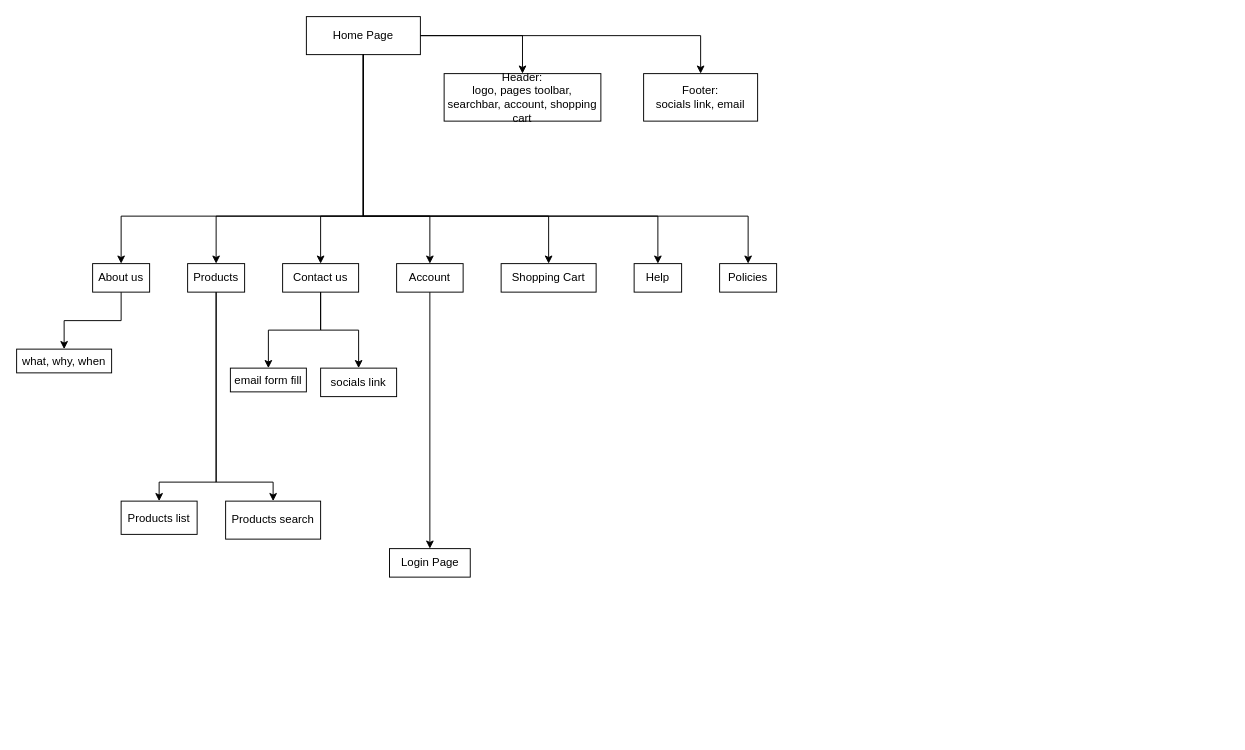
Earlier version of the draw.io diagram siteLayout.drawio (deviantfred/DeviantSolutions). Source tidied: cells renumbered, new cells numbered last; positions are measured from the earlier drawing's top-left corner, leaving out a move shared by most shapes. Both pictures are drawn from the tidied source at 95%, with x=0, y=0 at pixel (16, 16).
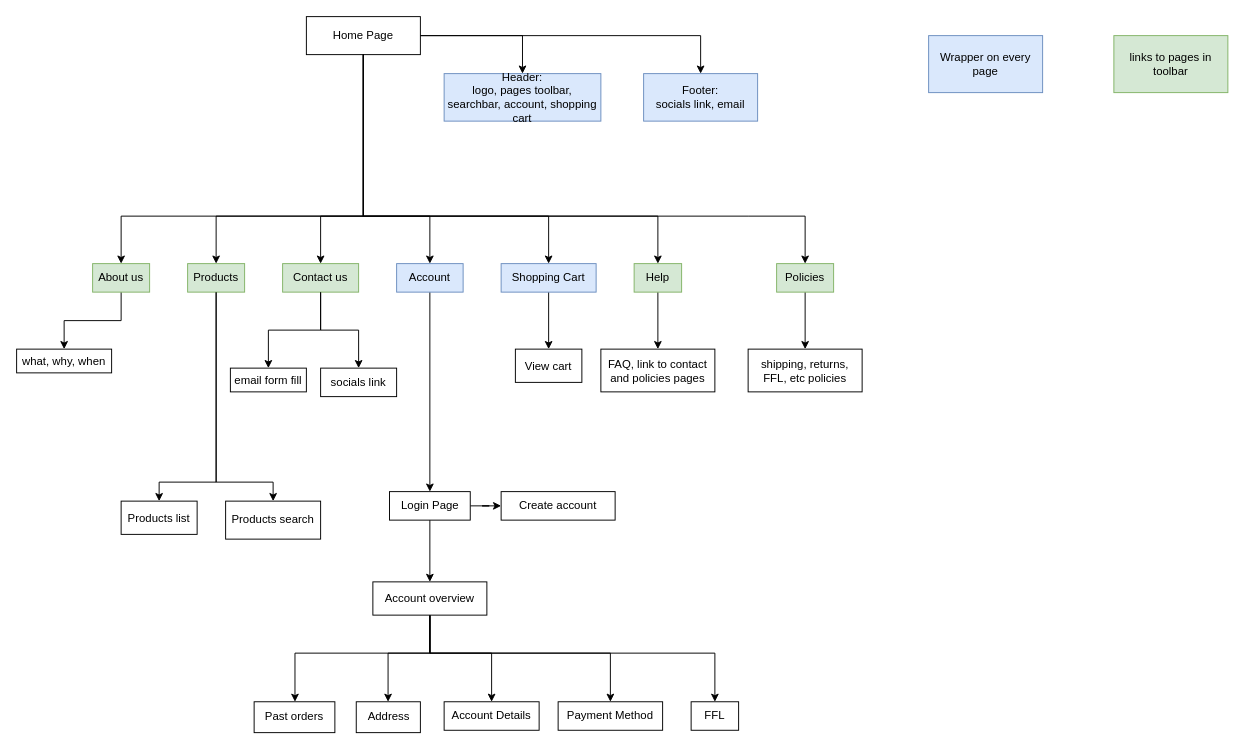
The same page after the edit.

Unchanged cells that the change refers to:
```xml
<mxCell id="4" value="Home Page" style="rounded=0;whiteSpace=wrap;html=1;" parent="1" vertex="1">
  <mxGeometry x="305" width="120" height="40" as="geometry" />
</mxCell>
```

What changed in the source:
```diff
@@
-    <mxCell id="6" value="About us" style="rounded=0;whiteSpace=wrap;html=1;" parent="1" vertex="1">
+    <mxCell id="6" value="About us" style="rounded=0;whiteSpace=wrap;html=1;fillColor=#d5e8d4;strokeColor=#82b366;" parent="1" vertex="1">
       <mxGeometry x="80" y="260" width="60" height="30" as="geometry" />
     </mxCell>
@@
-    <mxCell id="9" value="Products" style="rounded=0;whiteSpace=wrap;html=1;" parent="1" vertex="1">
+    <mxCell id="9" value="Products" style="rounded=0;whiteSpace=wrap;html=1;fillColor=#d5e8d4;strokeColor=#82b366;" parent="1" vertex="1">
       <mxGeometry x="180" y="260" width="60" height="30" as="geometry" />
     </mxCell>
@@
-    <mxCell id="12" value="Contact us" style="rounded=0;whiteSpace=wrap;html=1;" parent="1" vertex="1">
+    <mxCell id="12" value="Contact us" style="rounded=0;whiteSpace=wrap;html=1;fillColor=#d5e8d4;strokeColor=#82b366;" parent="1" vertex="1">
       <mxGeometry x="280" y="260" width="80" height="30" as="geometry" />
     </mxCell>
@@
-    <mxCell id="15" value="Account" style="rounded=0;whiteSpace=wrap;html=1;" parent="1" vertex="1">
+    <mxCell id="15" value="Account" style="rounded=0;whiteSpace=wrap;html=1;fillColor=#dae8fc;strokeColor=#6c8ebf;" parent="1" vertex="1">
       <mxGeometry x="400" y="260" width="70" height="30" as="geometry" />
     </mxCell>
@@
+    <mxCell id="33" style="edgeStyle=orthogonalEdgeStyle;rounded=0;jettySize=auto;html=1;" parent="1" edge="1" source="17" target="49">
+      <mxGeometry relative="1" as="geometry" />
+    </mxCell>
-    <mxCell id="17" value="Shopping Cart" style="rounded=0;whiteSpace=wrap;html=1;" parent="1" vertex="1">
+    <mxCell id="17" value="Shopping Cart" style="rounded=0;whiteSpace=wrap;html=1;fillColor=#dae8fc;strokeColor=#6c8ebf;" parent="1" vertex="1">
       <mxGeometry x="510" y="260" width="100" height="30" as="geometry" />
     </mxCell>
@@
+    <mxCell id="34" style="edgeStyle=orthogonalEdgeStyle;rounded=0;jettySize=auto;html=1;" parent="1" edge="1" source="19" target="50">
+      <mxGeometry relative="1" as="geometry" />
+    </mxCell>
-    <mxCell id="19" value="Help" style="rounded=0;whiteSpace=wrap;html=1;" parent="1" vertex="1">
+    <mxCell id="19" value="Help" style="rounded=0;whiteSpace=wrap;html=1;fillColor=#d5e8d4;strokeColor=#82b366;" parent="1" vertex="1">
       <mxGeometry x="650" y="260" width="50" height="30" as="geometry" />
     </mxCell>
     <mxCell id="20" style="endArrow=classic;html=1;rounded=0;exitX=0.5;exitY=1;exitDx=0;exitDy=0;" parent="1" edge="1" source="4" target="21">
       <mxGeometry relative="1" as="geometry">
         <Array as="points">
           <mxPoint x="365" y="210" />
           <mxPoint x="770" y="210" />
+          <mxPoint x="830" y="210" />
         </Array>
       </mxGeometry>
     </mxCell>
+    <mxCell id="35" style="edgeStyle=orthogonalEdgeStyle;rounded=0;jettySize=auto;html=1;" parent="1" edge="1" source="21" target="51">
+      <mxGeometry relative="1" as="geometry" />
+    </mxCell>
-    <mxCell id="21" value="Policies" style="rounded=0;whiteSpace=wrap;html=1;" parent="1" vertex="1">
-      <mxGeometry x="740" y="260" width="60" height="30" as="geometry" />
+    <mxCell id="21" value="Policies" style="rounded=0;whiteSpace=wrap;html=1;fillColor=#d5e8d4;strokeColor=#82b366;" parent="1" vertex="1">
+      <mxGeometry x="800" y="260" width="60" height="30" as="geometry" />
     </mxCell>
-    <mxCell id="22" value="&lt;div&gt;Header:&lt;/div&gt;&lt;div&gt;logo, pages toolbar, searchbar, account, shopping cart&lt;br&gt;&lt;/div&gt;" style="rounded=0;whiteSpace=wrap;html=1;" parent="1" vertex="1">
+    <mxCell id="22" value="&lt;div&gt;Header:&lt;/div&gt;&lt;div&gt;logo, pages toolbar, searchbar, account, shopping cart&lt;br&gt;&lt;/div&gt;" style="rounded=0;whiteSpace=wrap;html=1;fillColor=#dae8fc;strokeColor=#6c8ebf;" parent="1" vertex="1">
       <mxGeometry x="450" y="60" width="165" height="50" as="geometry" />
     </mxCell>
-    <mxCell id="23" value="&lt;div&gt;Footer:&lt;/div&gt;&lt;div&gt;socials link, email&lt;br&gt;&lt;/div&gt;" style="rounded=0;whiteSpace=wrap;html=1;" parent="1" vertex="1">
+    <mxCell id="23" value="&lt;div&gt;Footer:&lt;/div&gt;&lt;div&gt;socials link, email&lt;br&gt;&lt;/div&gt;" style="rounded=0;whiteSpace=wrap;html=1;fillColor=#dae8fc;strokeColor=#6c8ebf;" parent="1" vertex="1">
       <mxGeometry x="660" y="60" width="120" height="50" as="geometry" />
     </mxCell>
@@
+    <mxCell id="36" style="edgeStyle=orthogonalEdgeStyle;rounded=0;jettySize=auto;html=1;" parent="1" edge="1" source="32" target="43">
+      <mxGeometry relative="1" as="geometry" />
+    </mxCell>
+    <mxCell id="37" style="edgeStyle=orthogonalEdgeStyle;rounded=0;jettySize=auto;html=1;" parent="1" edge="1" source="32" target="48">
+      <mxGeometry relative="1" as="geometry" />
+    </mxCell>
     <mxCell id="32" value="Login Page" style="rounded=0;whiteSpace=wrap;html=1;" parent="1" vertex="1">
-      <mxGeometry x="392.5" y="560" width="85" height="30" as="geometry" />
+      <mxGeometry x="392.5" y="500" width="85" height="30" as="geometry" />
     </mxCell>
+    <mxCell id="38" style="edgeStyle=orthogonalEdgeStyle;rounded=0;jettySize=auto;html=1;" parent="1" edge="1" source="43" target="44">
+      <mxGeometry relative="1" as="geometry">
+        <Array as="points">
+          <mxPoint x="435" y="670" />
+          <mxPoint x="293" y="670" />
+        </Array>
+      </mxGeometry>
+    </mxCell>
+    <mxCell id="39" style="edgeStyle=orthogonalEdgeStyle;rounded=0;jettySize=auto;html=1;" parent="1" edge="1" source="43" target="45">
+      <mxGeometry relative="1" as="geometry">
+        <Array as="points">
+          <mxPoint x="435" y="670" />
+          <mxPoint x="391" y="670" />
+        </Array>
+      </mxGeometry>
+    </mxCell>
+    <mxCell id="40" style="edgeStyle=orthogonalEdgeStyle;rounded=0;jettySize=auto;html=1;" parent="1" edge="1" source="43" target="46">
+      <mxGeometry relative="1" as="geometry">
+        <Array as="points">
+          <mxPoint x="435" y="670" />
+          <mxPoint x="500" y="670" />
+        </Array>
+      </mxGeometry>
+    </mxCell>
+    <mxCell id="41" style="edgeStyle=orthogonalEdgeStyle;rounded=0;jettySize=auto;html=1;" parent="1" edge="1" source="43" target="47">
+      <mxGeometry relative="1" as="geometry">
+        <Array as="points">
+          <mxPoint x="435" y="670" />
+          <mxPoint x="625" y="670" />
+        </Array>
+      </mxGeometry>
+    </mxCell>
+    <mxCell id="42" style="edgeStyle=orthogonalEdgeStyle;rounded=0;jettySize=auto;html=1;" parent="1" edge="1" source="43" target="52">
+      <mxGeometry relative="1" as="geometry">
+        <Array as="points">
+          <mxPoint x="435" y="670" />
+          <mxPoint x="735" y="670" />
+        </Array>
+      </mxGeometry>
+    </mxCell>
+    <mxCell id="43" value="Account overview" style="whiteSpace=wrap;html=1;rounded=0;" parent="1" vertex="1">
+      <mxGeometry x="375" y="595" width="120" height="35" as="geometry" />
+    </mxCell>
+    <mxCell id="44" value="Past orders" style="whiteSpace=wrap;html=1;rounded=0;" parent="1" vertex="1">
+      <mxGeometry x="250" y="721.2" width="85" height="32.5" as="geometry" />
+    </mxCell>
+    <mxCell id="45" value="Address" style="whiteSpace=wrap;html=1;rounded=0;" parent="1" vertex="1">
+      <mxGeometry x="357.5" y="721.2" width="67.5" height="32.5" as="geometry" />
+    </mxCell>
+    <mxCell id="46" value="&lt;div&gt;Account Details&lt;/div&gt;" style="rounded=0;whiteSpace=wrap;html=1;" parent="1" vertex="1">
+      <mxGeometry x="450" y="721.2" width="100" height="30" as="geometry" />
+    </mxCell>
+    <mxCell id="47" value="Payment Method" style="rounded=0;whiteSpace=wrap;html=1;" parent="1" vertex="1">
+      <mxGeometry x="570" y="721.2" width="110" height="30" as="geometry" />
+    </mxCell>
+    <mxCell id="48" value="Create account" style="rounded=0;whiteSpace=wrap;html=1;" parent="1" vertex="1">
+      <mxGeometry x="510" y="500" width="120" height="30" as="geometry" />
+    </mxCell>
+    <mxCell id="49" value="View cart" style="whiteSpace=wrap;html=1;rounded=0;" parent="1" vertex="1">
+      <mxGeometry x="525" y="350" width="70" height="35" as="geometry" />
+    </mxCell>
+    <mxCell id="50" value="FAQ, link to contact and policies pages" style="whiteSpace=wrap;html=1;rounded=0;" parent="1" vertex="1">
+      <mxGeometry x="615" y="350" width="120" height="45" as="geometry" />
+    </mxCell>
+    <mxCell id="51" value="shipping, returns, FFL, etc policies" style="whiteSpace=wrap;html=1;rounded=0;" parent="1" vertex="1">
+      <mxGeometry x="770" y="350" width="120" height="45" as="geometry" />
+    </mxCell>
+    <mxCell id="52" value="FFL" style="rounded=0;whiteSpace=wrap;html=1;" parent="1" vertex="1">
+      <mxGeometry x="710" y="721.2" width="50" height="30" as="geometry" />
+    </mxCell>
+    <mxCell id="53" value="Wrapper on every page" style="rounded=0;whiteSpace=wrap;html=1;fillColor=#dae8fc;strokeColor=#6c8ebf;" parent="1" vertex="1">
+      <mxGeometry x="960" y="20" width="120" height="60" as="geometry" />
+    </mxCell>
+    <mxCell id="54" value="links to pages in toolbar" style="rounded=0;whiteSpace=wrap;html=1;fillColor=#d5e8d4;strokeColor=#82b366;" parent="1" vertex="1">
+      <mxGeometry x="1155" y="20" width="120" height="60" as="geometry" />
+    </mxCell>
```
